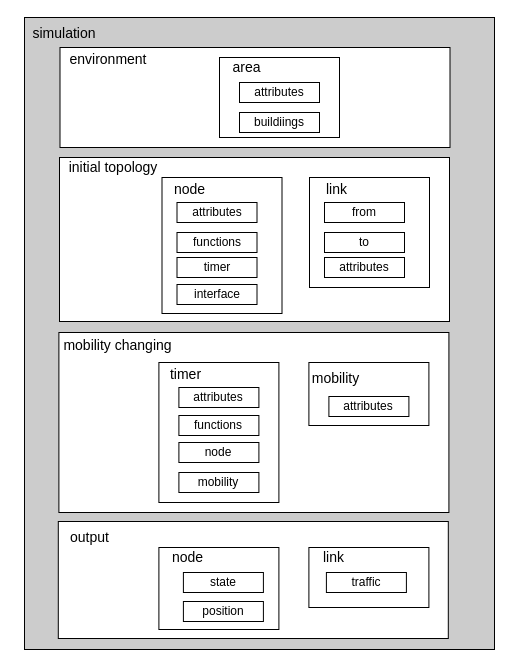
Above: 描述语言体系结构.drawio in Icarus1994/neutron_conf (draw.io), before the change. Source tidied: cells renumbered, new cells numbered last; positions are measured from the earlier drawing's top-left corner, leaving out a move shared by most shapes. Both pictures are drawn from the tidied source at 100%, with x=0, y=0 at pixel (16, 17).
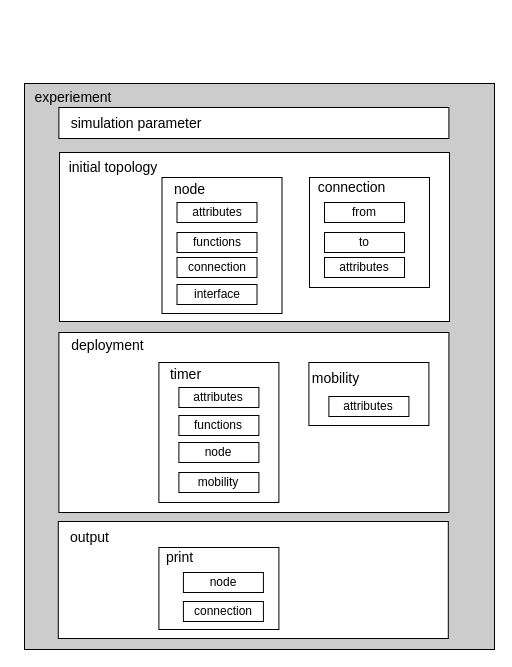
Above is the later version.

Commit message (it also covers changes not shown here):
Update 描述语言体系结构.drawio

Unchanged cells that the change refers to:
```xml
<mxCell id="24" style="group;" parent="1" vertex="1">
  <mxGeometry x="248" y="160" width="165" height="110" as="geometry" />
</mxCell>
```

Diff of the diagram source:
```diff
@@
     <mxCell id="2" style="rounded=0;whiteSpace=wrap;html=1;fillColor=#CCCCCC;" parent="1" vertex="1">
-      <mxGeometry x="8" width="470" height="632" as="geometry" />
+      <mxGeometry x="8" y="66" width="470" height="566" as="geometry" />
     </mxCell>
@@
     <mxCell id="4" style="rounded=0;whiteSpace=wrap;html=1;fillColor=#FFFFFF;" parent="1" vertex="1">
-      <mxGeometry x="43.5" y="30" width="390" height="100" as="geometry" />
+      <mxGeometry x="42.4" y="90" width="390" height="31" as="geometry" />
     </mxCell>
-    <mxCell id="5" value="&lt;font style=&quot;font-size: 14px&quot;&gt;environment&lt;/font&gt;" style="text;html=1;strokeColor=none;fillColor=none;align=center;verticalAlign=middle;whiteSpace=wrap;rounded=0;" parent="1" vertex="1">
-      <mxGeometry x="51.5" y="32" width="80" height="20" as="geometry" />
+    <mxCell id="5" value="&lt;span style=&quot;font-size: 14px&quot;&gt;simulation parameter&lt;/span&gt;" style="text;html=1;strokeColor=none;fillColor=none;align=center;verticalAlign=middle;whiteSpace=wrap;rounded=0;" parent="1" vertex="1">
+      <mxGeometry x="41.8" y="95.5" width="156" height="20" as="geometry" />
     </mxCell>
     <mxCell id="6" style="rounded=0;whiteSpace=wrap;html=1;fillColor=#FFFFFF;" parent="1" vertex="1">
-      <mxGeometry x="43" y="140" width="390" height="164" as="geometry" />
+      <mxGeometry x="43" y="135" width="390" height="169" as="geometry" />
     </mxCell>
@@
-    <mxCell id="9" value="&lt;font style=&quot;font-size: 14px&quot;&gt;mobility changing&lt;/font&gt;" style="text;html=1;strokeColor=none;fillColor=none;align=center;verticalAlign=middle;whiteSpace=wrap;rounded=0;" parent="1" vertex="1">
-      <mxGeometry x="28.6" y="318" width="145" height="20" as="geometry" />
+    <mxCell id="9" value="&lt;font style=&quot;font-size: 14px&quot;&gt;deployment&lt;/font&gt;" style="text;html=1;strokeColor=none;fillColor=none;align=center;verticalAlign=middle;whiteSpace=wrap;rounded=0;" parent="1" vertex="1">
+      <mxGeometry x="19" y="318" width="145" height="20" as="geometry" />
     </mxCell>
@@
-    <mxCell id="12" value="&lt;font style=&quot;font-size: 14px&quot;&gt;node&lt;/font&gt;" style="text;html=1;strokeColor=none;fillColor=none;align=center;verticalAlign=middle;whiteSpace=wrap;rounded=0;" parent="1" vertex="1">
-      <mxGeometry x="99.4" y="530" width="145" height="20" as="geometry" />
-    </mxCell>
-    <mxCell id="13" style="rounded=0;whiteSpace=wrap;html=1;fillColor=#FFFFFF;" parent="1" vertex="1">
-      <mxGeometry x="292.4" y="530" width="120" height="60" as="geometry" />
-    </mxCell>
-    <mxCell id="14" value="&lt;span style=&quot;font-size: 14px&quot;&gt;link&lt;/span&gt;" style="text;html=1;strokeColor=none;fillColor=none;align=center;verticalAlign=middle;whiteSpace=wrap;rounded=0;" parent="1" vertex="1">
-      <mxGeometry x="244.9" y="530" width="145" height="20" as="geometry" />
-    </mxCell>
-    <mxCell id="15" style="rounded=0;whiteSpace=wrap;html=1;fillColor=#FFFFFF;" parent="1" vertex="1">
-      <mxGeometry x="203" y="40" width="120" height="80" as="geometry" />
-    </mxCell>
-    <mxCell id="16" value="&lt;span style=&quot;font-size: 14px&quot;&gt;area&lt;/span&gt;" style="text;html=1;strokeColor=none;fillColor=none;align=center;verticalAlign=middle;whiteSpace=wrap;rounded=0;" parent="1" vertex="1">
-      <mxGeometry x="158" y="40" width="145" height="20" as="geometry" />
-    </mxCell>
@@
-    <mxCell id="26" value="&lt;font style=&quot;font-size: 14px&quot;&gt;link&lt;/font&gt;" style="text;html=1;strokeColor=none;fillColor=none;align=center;verticalAlign=middle;whiteSpace=wrap;rounded=0;" parent="24" vertex="1">
-      <mxGeometry y="2" width="145" height="20" as="geometry" />
+    <mxCell id="26" value="&lt;font style=&quot;font-size: 14px&quot;&gt;connection&lt;/font&gt;" style="text;html=1;strokeColor=none;fillColor=none;align=center;verticalAlign=middle;whiteSpace=wrap;rounded=0;" parent="24" vertex="1">
+      <mxGeometry x="15" width="145" height="20" as="geometry" />
     </mxCell>
@@
-    <mxCell id="30" value="&lt;span style=&quot;font-size: 14px&quot;&gt;simulation&lt;/span&gt;" style="text;html=1;strokeColor=none;fillColor=none;align=center;verticalAlign=middle;whiteSpace=wrap;rounded=0;" parent="1" vertex="1">
-      <mxGeometry x="8" y="6" width="80" height="20" as="geometry" />
+    <mxCell id="30" value="&lt;span style=&quot;font-size: 14px&quot;&gt;experiement&lt;/span&gt;" style="text;html=1;strokeColor=none;fillColor=none;align=center;verticalAlign=middle;whiteSpace=wrap;rounded=0;" parent="1" vertex="1">
+      <mxGeometry x="17.4" y="70" width="80" height="20" as="geometry" />
     </mxCell>
-    <mxCell id="31" value="attributes" style="rounded=0;whiteSpace=wrap;html=1;fillColor=#FFFFFF;" parent="1" vertex="1">
-      <mxGeometry x="223" y="65" width="80" height="20" as="geometry" />
-    </mxCell>
-    <mxCell id="32" value="buildiings" style="rounded=0;whiteSpace=wrap;html=1;fillColor=#FFFFFF;" parent="1" vertex="1">
-      <mxGeometry x="223" y="95" width="80" height="20" as="geometry" />
-    </mxCell>
@@
-    <mxCell id="37" value="timer" style="rounded=0;whiteSpace=wrap;html=1;fillColor=#FFFFFF;" parent="1" vertex="1">
+    <mxCell id="37" value="connection" style="rounded=0;whiteSpace=wrap;html=1;fillColor=#FFFFFF;" parent="1" vertex="1">
       <mxGeometry x="160.5" y="240" width="80" height="20" as="geometry" />
     </mxCell>
@@
-    <mxCell id="42" value="traffic" style="rounded=0;whiteSpace=wrap;html=1;fillColor=#FFFFFF;" parent="1" vertex="1">
-      <mxGeometry x="309.9" y="555" width="80" height="20" as="geometry" />
-    </mxCell>
-    <mxCell id="43" value="state" style="rounded=0;whiteSpace=wrap;html=1;fillColor=#FFFFFF;" parent="1" vertex="1">
+    <mxCell id="43" value="node" style="rounded=0;whiteSpace=wrap;html=1;fillColor=#FFFFFF;" parent="1" vertex="1">
       <mxGeometry x="166.9" y="555" width="80" height="20" as="geometry" />
     </mxCell>
-    <mxCell id="44" value="position" style="rounded=0;whiteSpace=wrap;html=1;fillColor=#FFFFFF;" parent="1" vertex="1">
+    <mxCell id="44" value="connection" style="rounded=0;whiteSpace=wrap;html=1;fillColor=#FFFFFF;" parent="1" vertex="1">
       <mxGeometry x="166.9" y="584" width="80" height="20" as="geometry" />
     </mxCell>
@@
+    <mxCell id="46" value="&lt;font style=&quot;font-size: 14px&quot;&gt;print&lt;/font&gt;" style="text;html=1;strokeColor=none;fillColor=none;align=center;verticalAlign=middle;whiteSpace=wrap;rounded=0;" parent="1" vertex="1">
+      <mxGeometry x="91" y="530" width="145" height="20" as="geometry" />
+    </mxCell>
```
